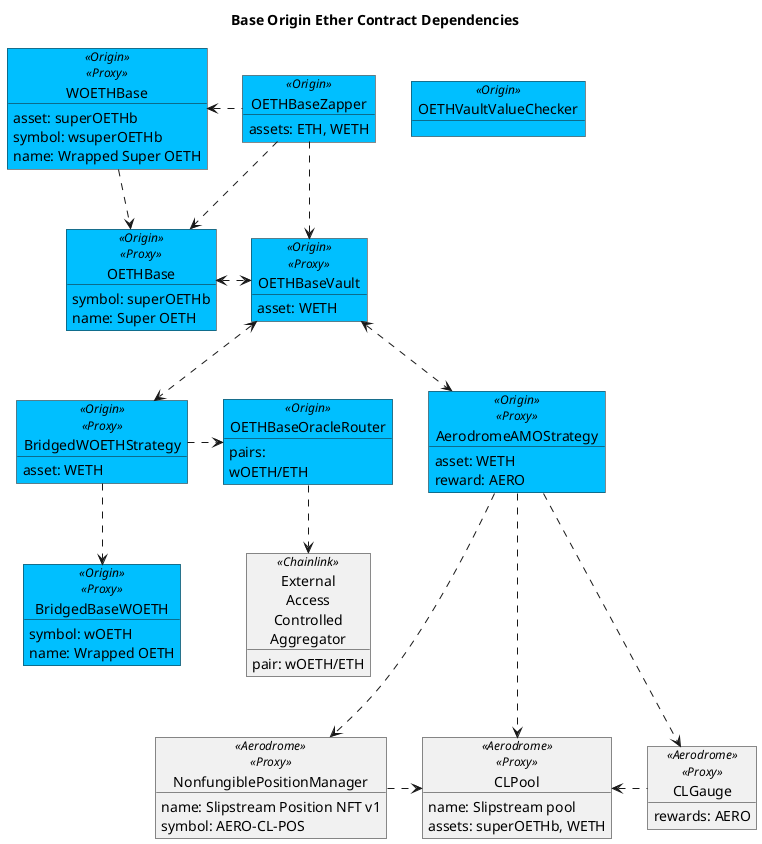
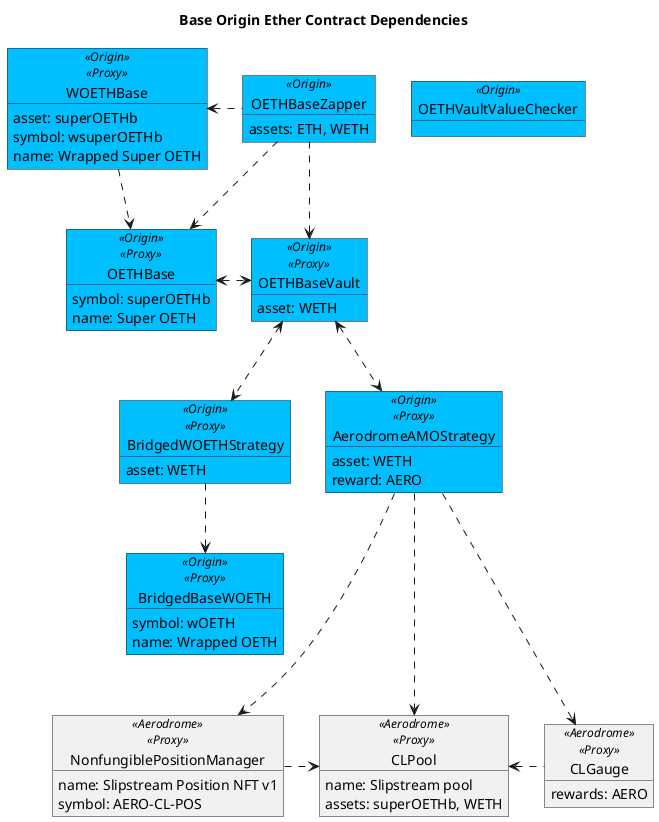
@startuml

!$originColor = DeepSkyBlue
' !$originColor = WhiteSmoke
!$newColor = LightGreen
!$changedColor = Orange
!$thirdPartyColor = WhiteSmoke

' legend
' blue - Origin
' ' green - new
' ' orange - changed
' white - 3rd Party
' end legend

title "Base Origin Ether Contract Dependencies"

object "OETHBaseZapper" as zap <<Origin>> #$originColor {
    assets: ETH, WETH
}

object "BridgedBaseWOETH" as bridged <<Origin>><<Proxy>> #$originColor {
    symbol: wOETH
    name: Wrapped OETH
}

object "WOETHBase" as woeth <<Origin>><<Proxy>> #$originColor {
    asset: superOETHb
    symbol: wsuperOETHb
    name: Wrapped Super OETH
}

' object "OETHDripper" as drip <<Origin>><<Proxy>> #$originColor {
'     asset: WETH
' }

object "OETHVaultValueChecker" as checker <<Origin>> #$originColor {
}

object "OETHBase" as oeth <<Origin>><<Proxy>> #$originColor {
    symbol: superOETHb
    name: Super OETH
}

object "OETHBaseVault" as oethv <<Origin>><<Proxy>> #$originColor {
    asset: WETH
}

- ' Oracle
- object "OETHBaseOracleRouter" as oracle <<Origin>> #$originColor {
- pairs:
-     wOETH/ETH
- }
- 
- object "External\nAccess\nControlled\nAggregator" as chain <<Chainlink>> {
- pair: wOETH/ETH
- }
- 
object "BridgedWOETHStrategy" as bridgeStrat <<Origin>><<Proxy>> #$originColor {
    asset: WETH
}

object "AerodromeAMOStrategy" as aeroStrat <<Origin>><<Proxy>> #$originColor {
    asset: WETH
    reward: AERO
}

object "NonfungiblePositionManager" as pm <<Aerodrome>><<Proxy>> {
    name: Slipstream Position NFT v1
    symbol: AERO-CL-POS
}

object "CLPool" as clPool <<Aerodrome>><<Proxy>> {
    name: Slipstream pool
    assets: superOETHb, WETH
}

object "CLGauge" as clGauge <<Aerodrome>><<Proxy>> {
    rewards: AERO
}

' object "SwapRouter" as swapRouter <<Aerodrome>> {
'     rewards: AERO
' }


woeth <. zap
zap ..> oeth
zap ..> oethv

woeth ..> oeth
oeth <.> oethv
' oethv <.> drip
- bridgeStrat .> oracle
- oracle ..> chain
oethv <..> bridgeStrat
oethv <..> aeroStrat
bridgeStrat ..> bridged

aeroStrat ...> pm
pm .> clPool
aeroStrat ...> clPool
aeroStrat ...> clGauge
clPool <. clGauge
' aeroStrat ...> swapRouter

@enduml